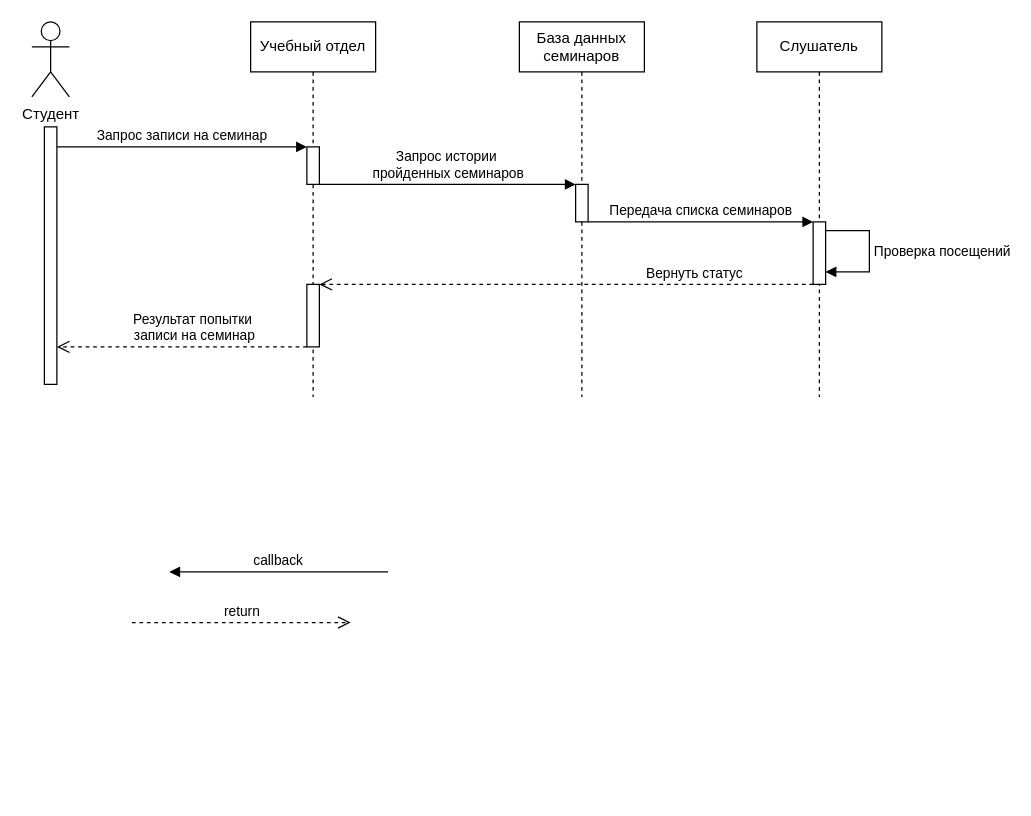
Earlier version of the draw.io diagram АКМС/4.drawio (Shumila71/homeworks). Source tidied: cells renumbered, new cells numbered last; positions are measured from the earlier drawing's top-left corner, leaving out a move shared by most shapes. Both pictures are drawn from the tidied source at 125%, with x=0, y=0 at pixel (31, 21).
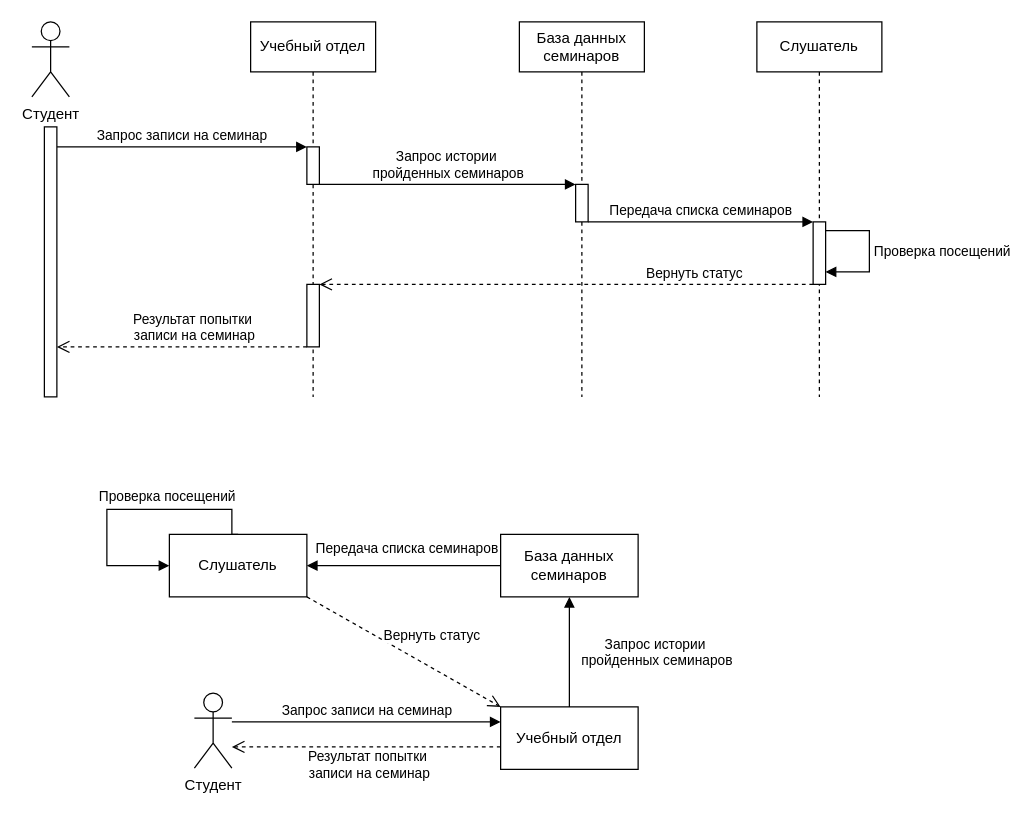
The same page after the edit.

The edit, as a diff of the source:
```diff
@@
-    <mxCell id="7" value="callback" style="html=1;verticalAlign=bottom;endArrow=block;edgeStyle=elbowEdgeStyle;elbow=vertical;curved=0;rounded=0;" parent="1" edge="1">
-      <mxGeometry relative="1" as="geometry">
-        <mxPoint x="285" y="440" as="sourcePoint" />
-        <mxPoint x="110" y="440" as="targetPoint" />
-        <Array as="points">
-          <mxPoint x="210" y="440" />
-        </Array>
-      </mxGeometry>
-    </mxCell>
-    <mxCell id="8" value="return" style="html=1;verticalAlign=bottom;endArrow=open;dashed=1;endSize=8;edgeStyle=elbowEdgeStyle;elbow=vertical;curved=0;rounded=0;" parent="1" edge="1">
-      <mxGeometry relative="1" as="geometry">
-        <mxPoint x="80" y="480.5" as="sourcePoint" />
-        <mxPoint x="255" y="480.5" as="targetPoint" />
-        <Array as="points">
-          <mxPoint x="170" y="480.5" />
-        </Array>
-      </mxGeometry>
-    </mxCell>
     <mxCell id="9" style="html=1;points=[[0,0,0,0,5],[0,1,0,0,-5],[1,0,0,0,5],[1,1,0,0,-5]];perimeter=orthogonalPerimeter;outlineConnect=0;targetShapes=umlLifeline;portConstraint=eastwest;newEdgeStyle={&quot;curved&quot;:0,&quot;rounded&quot;:0};" parent="1" vertex="1">
-      <mxGeometry x="10" y="84" width="10" height="206" as="geometry" />
+      <mxGeometry x="10" y="84" width="10" height="216" as="geometry" />
     </mxCell>
@@
+    <mxCell id="19" value="Студент" style="shape=umlActor;verticalLabelPosition=bottom;verticalAlign=top;html=1;" parent="1" vertex="1">
+      <mxGeometry x="130" y="537" width="30" height="60" as="geometry" />
+    </mxCell>
+    <mxCell id="20" value="Слушатель" style="html=1;whiteSpace=wrap;" parent="1" vertex="1">
+      <mxGeometry x="110" y="410" width="110" height="50" as="geometry" />
+    </mxCell>
+    <mxCell id="21" value="Учебный отдел" style="html=1;whiteSpace=wrap;" parent="1" vertex="1">
+      <mxGeometry x="375" y="548" width="110" height="50" as="geometry" />
+    </mxCell>
+    <mxCell id="22" value="База данных семинаров" style="html=1;whiteSpace=wrap;" parent="1" vertex="1">
+      <mxGeometry x="375" y="410" width="110" height="50" as="geometry" />
+    </mxCell>
+    <mxCell id="23" value="Запрос записи на семинар" style="html=1;verticalAlign=bottom;endArrow=block;edgeStyle=elbowEdgeStyle;elbow=vertical;curved=0;rounded=0;" parent="1" edge="1">
+      <mxGeometry relative="1" as="geometry">
+        <mxPoint x="160" y="560" as="sourcePoint" />
+        <mxPoint x="375" y="560" as="targetPoint" />
+        <Array as="points">
+          <mxPoint x="250" y="560" />
+        </Array>
+      </mxGeometry>
+    </mxCell>
+    <mxCell id="24" value="Запрос истории&amp;nbsp;&lt;div&gt;пройденных семинаров&lt;/div&gt;" style="html=1;verticalAlign=bottom;endArrow=block;edgeStyle=elbowEdgeStyle;elbow=vertical;curved=0;rounded=0;exitX=0.5;exitY=0;exitDx=0;exitDy=0;entryX=0.5;entryY=1;entryDx=0;entryDy=0;" parent="1" edge="1" source="21" target="22">
+      <mxGeometry x="-0.36" y="-70" relative="1" as="geometry">
+        <Array as="points">
+          <mxPoint x="430" y="500" />
+          <mxPoint x="385" y="93.5" />
+        </Array>
+      </mxGeometry>
+    </mxCell>
+    <mxCell id="25" value="Передача списка семинаров" style="html=1;verticalAlign=bottom;endArrow=block;edgeStyle=elbowEdgeStyle;elbow=vertical;curved=0;rounded=0;exitX=0;exitY=0.5;exitDx=0;exitDy=0;entryX=1;entryY=0.5;entryDx=0;entryDy=0;" parent="1" edge="1" source="22" target="20">
+      <mxGeometry x="-0.03" y="-5" relative="1" as="geometry">
+        <Array as="points">
+          <mxPoint x="310" y="435" />
+          <mxPoint x="605" y="123.5" />
+        </Array>
+      </mxGeometry>
+    </mxCell>
+    <mxCell id="26" value="&lt;span style=&quot;text-align: center;&quot;&gt;Проверка посещений&lt;/span&gt;" style="html=1;align=left;spacingLeft=2;endArrow=block;rounded=0;edgeStyle=orthogonalEdgeStyle;curved=0;rounded=0;entryX=0;entryY=0.5;entryDx=0;entryDy=0;exitX=0.5;exitY=0;exitDx=0;exitDy=0;" parent="1" edge="1" source="20" target="20">
+      <mxGeometry x="0.14" y="-14" relative="1" as="geometry">
+        <Array as="points">
+          <mxPoint x="160" y="410" />
+          <mxPoint x="160" y="390" />
+          <mxPoint x="60" y="390" />
+          <mxPoint x="60" y="435" />
+        </Array>
+        <mxPoint x="4" y="-10" as="offset" />
+      </mxGeometry>
+    </mxCell>
+    <mxCell id="27" value="Вернуть статус" style="html=1;verticalAlign=bottom;endArrow=open;dashed=1;endSize=8;elbow=vertical;rounded=0;exitX=1;exitY=1;exitDx=0;exitDy=0;entryX=0;entryY=0;entryDx=0;entryDy=0;" parent="1" edge="1" source="20" target="21">
+      <mxGeometry x="0.2" y="15" relative="1" as="geometry" />
+    </mxCell>
+    <mxCell id="28" value="Результат попытки&amp;nbsp;&lt;div&gt;записи на семинар&lt;/div&gt;" style="html=1;verticalAlign=bottom;endArrow=open;dashed=1;endSize=8;edgeStyle=elbowEdgeStyle;elbow=vertical;curved=0;rounded=0;" parent="1" edge="1" target="19">
+      <mxGeometry x="-0.02" y="30" relative="1" as="geometry">
+        <mxPoint x="375" y="580" as="sourcePoint" />
+        <Array as="points">
+          <mxPoint x="175" y="580" />
+        </Array>
+      </mxGeometry>
+    </mxCell>
```
